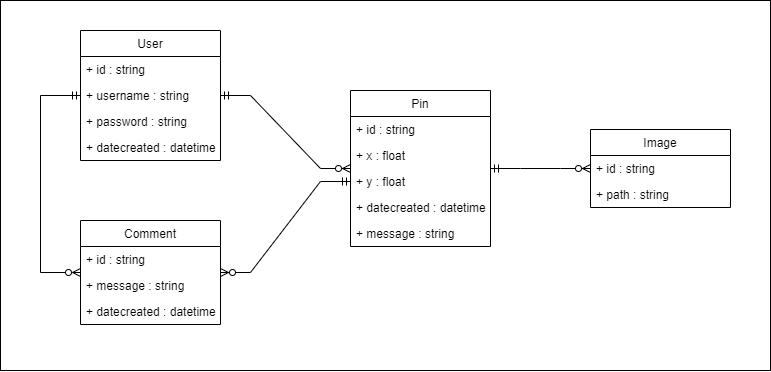
Perla-Al-Haddad/skyline-pins keeps this draw.io diagram as SP - Class Diagram.drawio.png. Above is the earlier version. Source tidied: cells renumbered, new cells last; positions are measured from the earlier drawing's top-left corner, leaving out a move shared by most shapes. Source of this version:
```xml
<mxGraphModel>
  <root>
    <mxCell id="0" />
    <mxCell id="1" parent="0" />
    <mxCell id="2" style="rounded=0;whiteSpace=wrap;html=1;" parent="1" vertex="1">
      <mxGeometry width="770" height="370" as="geometry" />
    </mxCell>
    <mxCell id="3" value="User" style="swimlane;fontStyle=0;horizontal=1;startSize=26;" parent="1" vertex="1">
      <mxGeometry x="80" y="30" width="140" height="130" as="geometry" />
    </mxCell>
    <mxCell id="4" value="+ id : string" style="text;strokeColor=none;fillColor=none;align=left;verticalAlign=top;spacingLeft=4;spacingRight=4;overflow=hidden;" parent="3" vertex="1">
      <mxGeometry y="26" width="140" height="26" as="geometry" />
    </mxCell>
    <mxCell id="5" value="+ username : string" style="text;strokeColor=none;fillColor=none;align=left;verticalAlign=top;spacingLeft=4;spacingRight=4;overflow=hidden;" parent="3" vertex="1">
      <mxGeometry y="52" width="140" height="26" as="geometry" />
    </mxCell>
    <mxCell id="6" value="+ password : string" style="text;strokeColor=none;fillColor=none;align=left;verticalAlign=top;spacingLeft=4;spacingRight=4;overflow=hidden;" parent="3" vertex="1">
      <mxGeometry y="78" width="140" height="26" as="geometry" />
    </mxCell>
    <mxCell id="7" value="+ datecreated : datetime" style="text;strokeColor=none;fillColor=none;align=left;verticalAlign=top;spacingLeft=4;spacingRight=4;overflow=hidden;" parent="3" vertex="1">
      <mxGeometry y="104" width="140" height="26" as="geometry" />
    </mxCell>
    <mxCell id="8" value="Pin" style="swimlane;fontStyle=0;horizontal=1;startSize=26;" parent="1" vertex="1">
      <mxGeometry x="350" y="90" width="140" height="156" as="geometry" />
    </mxCell>
    <mxCell id="9" value="+ id : string" style="text;strokeColor=none;fillColor=none;align=left;verticalAlign=top;spacingLeft=4;spacingRight=4;overflow=hidden;" parent="8" vertex="1">
      <mxGeometry y="26" width="140" height="26" as="geometry" />
    </mxCell>
    <mxCell id="10" value="+ x : float" style="text;strokeColor=none;fillColor=none;align=left;verticalAlign=top;spacingLeft=4;spacingRight=4;overflow=hidden;" parent="8" vertex="1">
      <mxGeometry y="52" width="140" height="26" as="geometry" />
    </mxCell>
    <mxCell id="11" value="+ y : float" style="text;strokeColor=none;fillColor=none;align=left;verticalAlign=top;spacingLeft=4;spacingRight=4;overflow=hidden;points=[[0,0.5],[1,0.5]];portConstraint=eastwest;" parent="8" vertex="1">
      <mxGeometry y="78" width="140" height="26" as="geometry" />
    </mxCell>
    <mxCell id="12" value="+ datecreated : datetime" style="text;strokeColor=none;fillColor=none;align=left;verticalAlign=top;spacingLeft=4;spacingRight=4;overflow=hidden;points=[[0,0.5],[1,0.5]];portConstraint=eastwest;" parent="8" vertex="1">
      <mxGeometry y="104" width="140" height="26" as="geometry" />
    </mxCell>
    <mxCell id="13" value="+ message : string" style="text;strokeColor=none;fillColor=none;align=left;verticalAlign=top;spacingLeft=4;spacingRight=4;overflow=hidden;" parent="8" vertex="1">
      <mxGeometry y="130" width="140" height="26" as="geometry" />
    </mxCell>
    <mxCell id="14" style="edgeStyle=entityRelationEdgeStyle;fontSize=12;html=1;endArrow=ERzeroToMany;startArrow=ERmandOne;rounded=0;" parent="1" edge="1" source="3" target="8">
      <mxGeometry relative="1" as="geometry" />
    </mxCell>
    <mxCell id="15" value="Image" style="swimlane;fontStyle=0;horizontal=1;startSize=26;" parent="1" vertex="1">
      <mxGeometry x="590" y="129" width="140" height="78" as="geometry" />
    </mxCell>
    <mxCell id="16" value="+ id : string" style="text;strokeColor=none;fillColor=none;align=left;verticalAlign=top;spacingLeft=4;spacingRight=4;overflow=hidden;" parent="15" vertex="1">
      <mxGeometry y="26" width="140" height="26" as="geometry" />
    </mxCell>
    <mxCell id="17" value="+ path : string" style="text;strokeColor=none;fillColor=none;align=left;verticalAlign=top;spacingLeft=4;spacingRight=4;overflow=hidden;" parent="15" vertex="1">
      <mxGeometry y="52" width="140" height="26" as="geometry" />
    </mxCell>
    <mxCell id="18" style="edgeStyle=entityRelationEdgeStyle;fontSize=12;html=1;endArrow=ERzeroToMany;startArrow=ERmandOne;rounded=0;" parent="1" edge="1" source="8" target="15">
      <mxGeometry relative="1" as="geometry" />
    </mxCell>
    <mxCell id="19" value="Comment" style="swimlane;fontStyle=0;horizontal=1;startSize=26;" parent="1" vertex="1">
      <mxGeometry x="80" y="220" width="140" height="104" as="geometry" />
    </mxCell>
    <mxCell id="20" value="+ id : string" style="text;strokeColor=none;fillColor=none;align=left;verticalAlign=top;spacingLeft=4;spacingRight=4;overflow=hidden;" parent="19" vertex="1">
      <mxGeometry y="26" width="140" height="26" as="geometry" />
    </mxCell>
    <mxCell id="21" value="+ message : string" style="text;strokeColor=none;fillColor=none;align=left;verticalAlign=top;spacingLeft=4;spacingRight=4;overflow=hidden;" parent="19" vertex="1">
      <mxGeometry y="52" width="140" height="26" as="geometry" />
    </mxCell>
    <mxCell id="22" value="+ datecreated : datetime" style="text;strokeColor=none;fillColor=none;align=left;verticalAlign=top;spacingLeft=4;spacingRight=4;overflow=hidden;" parent="19" vertex="1">
      <mxGeometry y="78" width="140" height="26" as="geometry" />
    </mxCell>
    <mxCell id="23" style="edgeStyle=entityRelationEdgeStyle;fontSize=12;html=1;endArrow=ERzeroToMany;startArrow=ERmandOne;rounded=0;exitX=0;exitY=0.5;exitDx=0;exitDy=0;" parent="1" edge="1" source="11" target="19">
      <mxGeometry relative="1" as="geometry" />
    </mxCell>
    <mxCell id="24" style="edgeStyle=elbowEdgeStyle;fontSize=12;html=1;endArrow=ERmandOne;startArrow=ERzeroToMany;rounded=0;endFill=0;startFill=0;" parent="1" edge="1" source="19" target="3">
      <mxGeometry relative="1" as="geometry">
        <Array as="points">
          <mxPoint x="40" y="190" />
        </Array>
      </mxGeometry>
    </mxCell>
  </root>
</mxGraphModel>
```
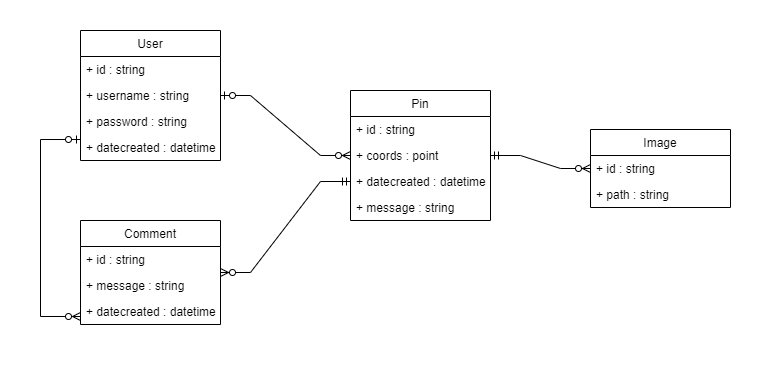
After the commit.

Change to the diagram source:
```diff
@@ -2,7 +2,7 @@
   <root>
     <mxCell id="0" />
     <mxCell id="1" parent="0" />
-    <mxCell id="2" style="rounded=0;whiteSpace=wrap;html=1;" parent="1" vertex="1">
+    <mxCell id="2" style="rounded=0;whiteSpace=wrap;html=1;strokeColor=none;" parent="1" vertex="1">
       <mxGeometry width="770" height="370" as="geometry" />
     </mxCell>
     <mxCell id="3" value="User" style="swimlane;fontStyle=0;horizontal=1;startSize=26;" parent="1" vertex="1">
@@ -21,24 +21,21 @@
       <mxGeometry y="104" width="140" height="26" as="geometry" />
     </mxCell>
     <mxCell id="8" value="Pin" style="swimlane;fontStyle=0;horizontal=1;startSize=26;" parent="1" vertex="1">
-      <mxGeometry x="350" y="90" width="140" height="156" as="geometry" />
+      <mxGeometry x="350" y="90" width="140" height="130" as="geometry" />
     </mxCell>
     <mxCell id="9" value="+ id : string" style="text;strokeColor=none;fillColor=none;align=left;verticalAlign=top;spacingLeft=4;spacingRight=4;overflow=hidden;" parent="8" vertex="1">
       <mxGeometry y="26" width="140" height="26" as="geometry" />
     </mxCell>
-    <mxCell id="10" value="+ x : float" style="text;strokeColor=none;fillColor=none;align=left;verticalAlign=top;spacingLeft=4;spacingRight=4;overflow=hidden;" parent="8" vertex="1">
-      <mxGeometry y="52" width="140" height="26" as="geometry" />
-    </mxCell>
-    <mxCell id="11" value="+ y : float" style="text;strokeColor=none;fillColor=none;align=left;verticalAlign=top;spacingLeft=4;spacingRight=4;overflow=hidden;points=[[0,0.5],[1,0.5]];portConstraint=eastwest;" parent="8" vertex="1">
-      <mxGeometry y="78" width="140" height="26" as="geometry" />
+    <mxCell id="11" value="+ coords : point" style="text;strokeColor=none;fillColor=none;align=left;verticalAlign=top;spacingLeft=4;spacingRight=4;overflow=hidden;points=[[0,0.5],[1,0.5]];portConstraint=eastwest;" parent="8" vertex="1">
+      <mxGeometry y="52" width="140" height="26" as="geometry" />
     </mxCell>
     <mxCell id="12" value="+ datecreated : datetime" style="text;strokeColor=none;fillColor=none;align=left;verticalAlign=top;spacingLeft=4;spacingRight=4;overflow=hidden;points=[[0,0.5],[1,0.5]];portConstraint=eastwest;" parent="8" vertex="1">
-      <mxGeometry y="104" width="140" height="26" as="geometry" />
+      <mxGeometry y="78" width="140" height="26" as="geometry" />
     </mxCell>
     <mxCell id="13" value="+ message : string" style="text;strokeColor=none;fillColor=none;align=left;verticalAlign=top;spacingLeft=4;spacingRight=4;overflow=hidden;" parent="8" vertex="1">
-      <mxGeometry y="130" width="140" height="26" as="geometry" />
+      <mxGeometry y="104" width="140" height="26" as="geometry" />
     </mxCell>
-    <mxCell id="14" style="edgeStyle=entityRelationEdgeStyle;fontSize=12;html=1;endArrow=ERzeroToMany;startArrow=ERmandOne;rounded=0;" parent="1" edge="1" source="3" target="8">
+    <mxCell id="14" style="edgeStyle=entityRelationEdgeStyle;fontSize=12;html=1;endArrow=ERzeroToMany;startArrow=ERzeroToOne;rounded=0;startFill=0;" parent="1" edge="1" source="3" target="8">
       <mxGeometry relative="1" as="geometry" />
     </mxCell>
     <mxCell id="15" value="Image" style="swimlane;fontStyle=0;horizontal=1;startSize=26;" parent="1" vertex="1">
@@ -65,13 +62,15 @@
     <mxCell id="22" value="+ datecreated : datetime" style="text;strokeColor=none;fillColor=none;align=left;verticalAlign=top;spacingLeft=4;spacingRight=4;overflow=hidden;" parent="19" vertex="1">
       <mxGeometry y="78" width="140" height="26" as="geometry" />
     </mxCell>
-    <mxCell id="23" style="edgeStyle=entityRelationEdgeStyle;fontSize=12;html=1;endArrow=ERzeroToMany;startArrow=ERmandOne;rounded=0;exitX=0;exitY=0.5;exitDx=0;exitDy=0;" parent="1" edge="1" source="11" target="19">
+    <mxCell id="23" style="edgeStyle=entityRelationEdgeStyle;fontSize=12;html=1;endArrow=ERzeroToMany;startArrow=ERmandOne;rounded=0;exitX=0;exitY=0.5;exitDx=0;exitDy=0;" parent="1" edge="1" source="12" target="19">
       <mxGeometry relative="1" as="geometry" />
     </mxCell>
-    <mxCell id="24" style="edgeStyle=elbowEdgeStyle;fontSize=12;html=1;endArrow=ERmandOne;startArrow=ERzeroToMany;rounded=0;endFill=0;startFill=0;" parent="1" edge="1" source="19" target="3">
+    <mxCell id="24" style="edgeStyle=elbowEdgeStyle;fontSize=12;html=1;endArrow=ERzeroToOne;startArrow=ERzeroToMany;rounded=0;endFill=0;startFill=0;" parent="1" edge="1">
       <mxGeometry relative="1" as="geometry">
+        <mxPoint x="80" y="316" as="sourcePoint" />
+        <mxPoint x="80" y="139" as="targetPoint" />
         <Array as="points">
-          <mxPoint x="40" y="190" />
+          <mxPoint x="40" y="234" />
         </Array>
       </mxGeometry>
     </mxCell>
```
